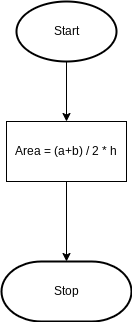
Above: flowchart.png in Ethan-Prieur1/ICS3U-Assignment6-Python (draw.io), before the change. Source tidied: cells renumbered, new cells last; positions are measured from the earlier drawing's top-left corner, leaving out a move shared by most shapes. Its diagram source:
```xml
<mxGraphModel>
  <root>
    <mxCell id="0" />
    <mxCell id="1" parent="0" />
    <mxCell id="2" style="edgeStyle=none;html=1;exitX=0.5;exitY=1;exitDx=0;exitDy=0;exitPerimeter=0;entryX=0.5;entryY=0;entryDx=0;entryDy=0;" parent="1" edge="1" source="3">
      <mxGeometry relative="1" as="geometry">
        <mxPoint x="65" y="120" as="targetPoint" />
      </mxGeometry>
    </mxCell>
    <mxCell id="3" value="Start" style="strokeWidth=2;html=1;shape=mxgraph.flowchart.start_1;whiteSpace=wrap;" parent="1" vertex="1">
      <mxGeometry x="15" width="100" height="60" as="geometry" />
    </mxCell>
    <mxCell id="4" value="Stop" style="strokeWidth=2;html=1;shape=mxgraph.flowchart.terminator;whiteSpace=wrap;" parent="1" vertex="1">
      <mxGeometry y="260" width="130" height="60" as="geometry" />
    </mxCell>
    <mxCell id="5" style="edgeStyle=none;html=1;" parent="1" edge="1" source="6" target="4">
      <mxGeometry relative="1" as="geometry" />
    </mxCell>
    <mxCell id="6" value="Area = (a+b) / 2 * h" style="rounded=0;whiteSpace=wrap;html=1;" parent="1" vertex="1">
      <mxGeometry x="5" y="120" width="120" height="60" as="geometry" />
    </mxCell>
  </root>
</mxGraphModel>
```
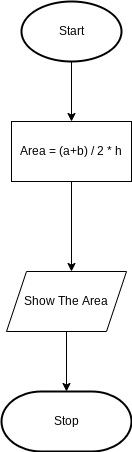
The same diagram one commit later.

What changed in the source:
```diff
@@ -11,13 +11,21 @@
       <mxGeometry x="15" width="100" height="60" as="geometry" />
     </mxCell>
     <mxCell id="4" value="Stop" style="strokeWidth=2;html=1;shape=mxgraph.flowchart.terminator;whiteSpace=wrap;" parent="1" vertex="1">
-      <mxGeometry y="260" width="130" height="60" as="geometry" />
+      <mxGeometry x="-5" y="390" width="130" height="60" as="geometry" />
     </mxCell>
-    <mxCell id="5" style="edgeStyle=none;html=1;" parent="1" edge="1" source="6" target="4">
-      <mxGeometry relative="1" as="geometry" />
+    <mxCell id="5" style="edgeStyle=none;html=1;" parent="1" edge="1" source="6">
+      <mxGeometry relative="1" as="geometry">
+        <mxPoint x="65" y="270" as="targetPoint" />
+      </mxGeometry>
     </mxCell>
     <mxCell id="6" value="Area = (a+b) / 2 * h" style="rounded=0;whiteSpace=wrap;html=1;" parent="1" vertex="1">
       <mxGeometry x="5" y="120" width="120" height="60" as="geometry" />
     </mxCell>
+    <mxCell id="7" style="edgeStyle=none;html=1;" parent="1" edge="1" source="8" target="4">
+      <mxGeometry relative="1" as="geometry" />
+    </mxCell>
+    <mxCell id="8" value="Show The Area" style="shape=parallelogram;perimeter=parallelogramPerimeter;whiteSpace=wrap;html=1;fixedSize=1;" parent="1" vertex="1">
+      <mxGeometry y="270" width="120" height="60" as="geometry" />
+    </mxCell>
   </root>
 </mxGraphModel>
```
